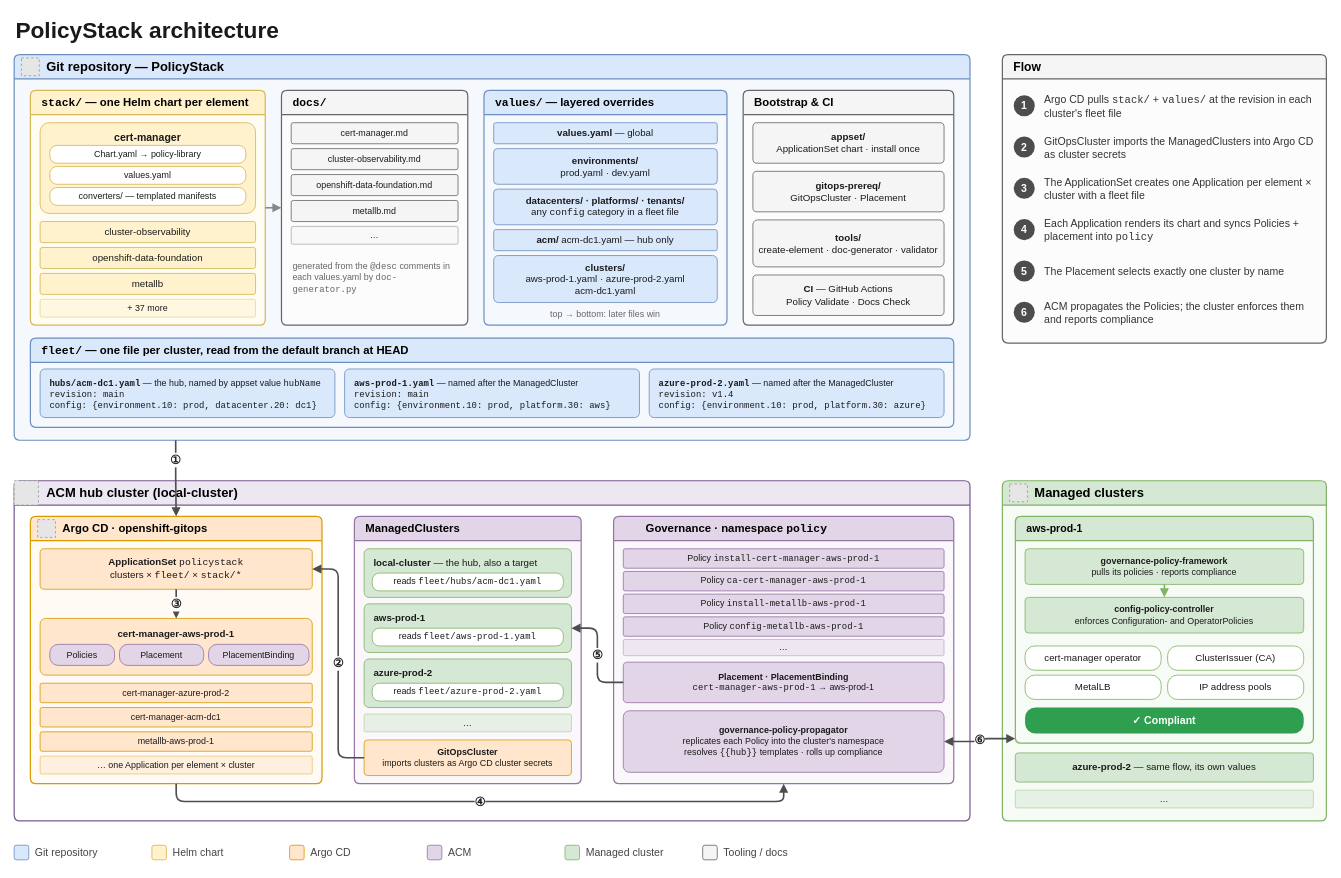
Before: diagrams/architecture.drawio in asamoorerh/PolicyStack-testing, a draw.io diagram. Source tidied: cells renumbered, new cells numbered last; positions are measured from the earlier drawing's top-left corner, leaving out a move shared by most shapes. Both pictures are drawn from the tidied source at 81%, with x=0, y=0 at pixel (14, 14). Pictures stored in the file or linked from it are replaced by grey dashed boxes.
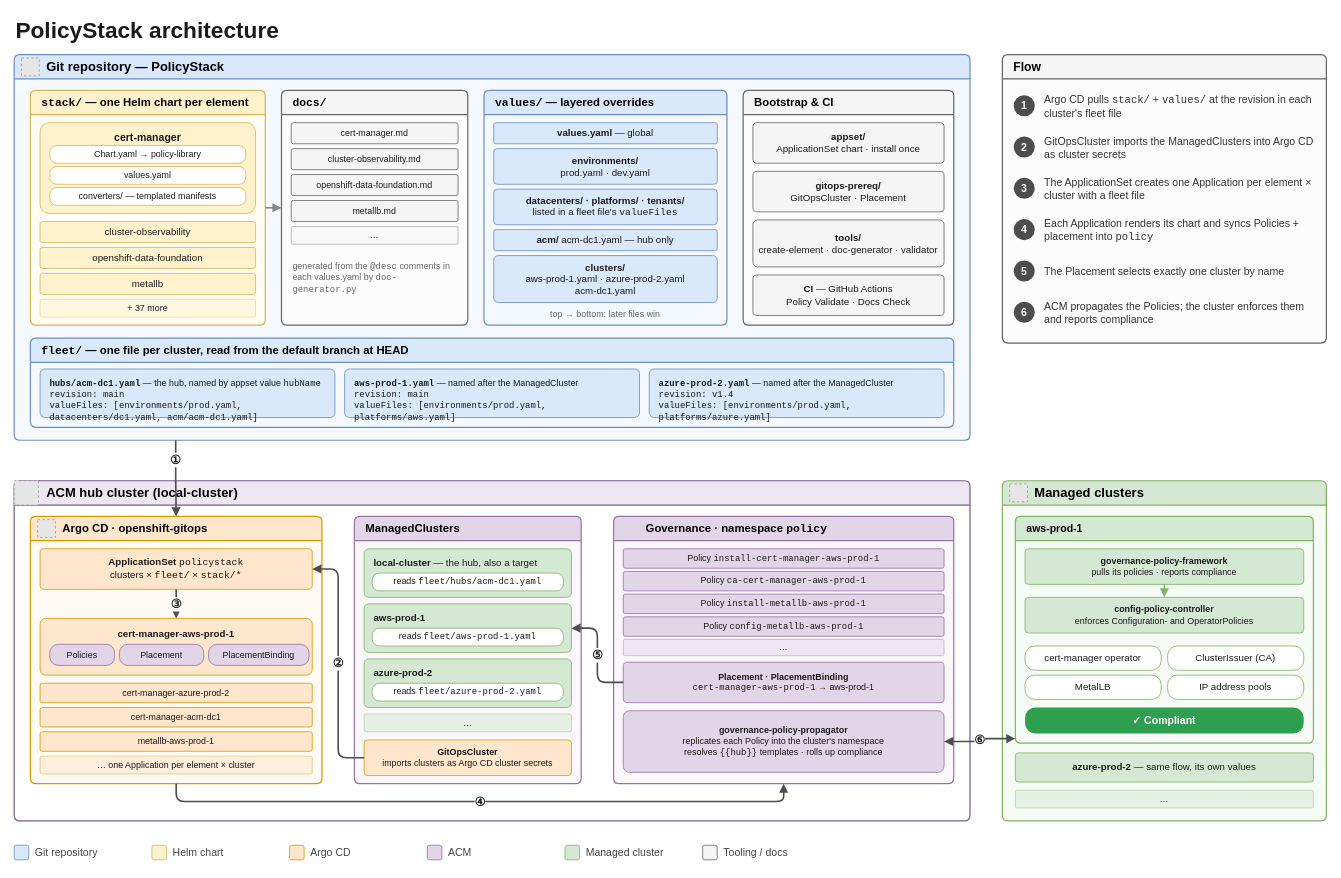
The same diagram, later.

The change refers to these unchanged cells:
```xml
<mxCell id="21" value="&lt;font face=&quot;Courier New&quot;&gt;values/&lt;/font&gt; — layered overrides" style="swimlane;html=1;whiteSpace=wrap;startSize=30;fillColor=#dae8fc;strokeColor=#6c8ebf;swimlaneFillColor=#f5f9fe;fontStyle=1;fontSize=14;rounded=1;absoluteArcSize=1;arcSize=14;strokeWidth=1.5;align=left;spacingLeft=12;" parent="3" vertex="1">
  <mxGeometry x="580" y="44" width="300" height="290" as="geometry" />
</mxCell>
<mxCell id="33" value="&lt;font face=&quot;Courier New&quot;&gt;fleet/&lt;/font&gt; — one file per cluster, read from the default branch at HEAD" style="swimlane;html=1;whiteSpace=wrap;startSize=30;fillColor=#dae8fc;strokeColor=#6c8ebf;swimlaneFillColor=#f5f9fe;fontStyle=1;fontSize=14;rounded=1;absoluteArcSize=1;arcSize=14;strokeWidth=1.5;align=left;spacingLeft=12;" parent="3" vertex="1">
  <mxGeometry x="20" y="350" width="1140" height="110" as="geometry" />
</mxCell>
```

Change to the diagram source:
```diff
@@
-    <mxCell id="24" value="&lt;b&gt;datacenters/ · platforms/ · tenants/&lt;/b&gt;&lt;br&gt;any &lt;font face=&quot;Courier New&quot;&gt;config&lt;/font&gt; category in a fleet file" style="html=1;whiteSpace=wrap;fontSize=12;rounded=1;arcSize=10;fillColor=#dae8fc;strokeColor=#6c8ebf;fontColor=#1a1a1a;align=center;verticalAlign=middle;spacingLeft=6;spacingRight=6;" parent="21" vertex="1">
+    <mxCell id="24" value="&lt;b&gt;datacenters/ · platforms/ · tenants/&lt;/b&gt;&lt;br&gt;listed in a fleet file's &lt;font face=&quot;Courier New&quot;&gt;valueFiles&lt;/font&gt;" style="html=1;whiteSpace=wrap;fontSize=12;rounded=1;arcSize=10;fillColor=#dae8fc;strokeColor=#6c8ebf;fontColor=#1a1a1a;align=center;verticalAlign=middle;spacingLeft=6;spacingRight=6;" parent="21" vertex="1">
       <mxGeometry x="12" y="122" width="276" height="44" as="geometry" />
     </mxCell>
@@
-    <mxCell id="34" value="&lt;b&gt;&lt;font face=&quot;Courier New&quot;&gt;hubs/acm-dc1.yaml&lt;/font&gt;&lt;/b&gt; — the hub, named by appset value &lt;font face=&quot;Courier New&quot;&gt;hubName&lt;/font&gt;&lt;br&gt;&lt;font face=&quot;Courier New&quot;&gt;revision: main&lt;br&gt;config: {environment.10: prod, datacenter.20: dc1}&lt;/font&gt;" style="html=1;whiteSpace=wrap;fontSize=11;rounded=1;arcSize=10;fillColor=#dae8fc;strokeColor=#6c8ebf;fontColor=#1a1a1a;align=left;verticalAlign=top;spacingLeft=10;spacingRight=6;spacingTop=4;" parent="33" vertex="1">
+    <mxCell id="34" value="&lt;b&gt;&lt;font face=&quot;Courier New&quot;&gt;hubs/acm-dc1.yaml&lt;/font&gt;&lt;/b&gt; — the hub, named by appset value &lt;font face=&quot;Courier New&quot;&gt;hubName&lt;/font&gt;&lt;br&gt;&lt;font face=&quot;Courier New&quot;&gt;revision: main&lt;br&gt;valueFiles: [environments/prod.yaml, datacenters/dc1.yaml, acm/acm-dc1.yaml]&lt;/font&gt;" style="html=1;whiteSpace=wrap;fontSize=11;rounded=1;arcSize=10;fillColor=#dae8fc;strokeColor=#6c8ebf;fontColor=#1a1a1a;align=left;verticalAlign=top;spacingLeft=10;spacingRight=6;spacingTop=4;" parent="33" vertex="1">
       <mxGeometry x="12" y="38" width="364" height="60" as="geometry" />
     </mxCell>
-    <mxCell id="35" value="&lt;b&gt;&lt;font face=&quot;Courier New&quot;&gt;aws-prod-1.yaml&lt;/font&gt;&lt;/b&gt; — named after the ManagedCluster&lt;br&gt;&lt;font face=&quot;Courier New&quot;&gt;revision: main&lt;br&gt;config: {environment.10: prod, platform.30: aws}&lt;/font&gt;" style="html=1;whiteSpace=wrap;fontSize=11;rounded=1;arcSize=10;fillColor=#dae8fc;strokeColor=#6c8ebf;fontColor=#1a1a1a;align=left;verticalAlign=top;spacingLeft=10;spacingRight=6;spacingTop=4;" parent="33" vertex="1">
+    <mxCell id="35" value="&lt;b&gt;&lt;font face=&quot;Courier New&quot;&gt;aws-prod-1.yaml&lt;/font&gt;&lt;/b&gt; — named after the ManagedCluster&lt;br&gt;&lt;font face=&quot;Courier New&quot;&gt;revision: main&lt;br&gt;valueFiles: [environments/prod.yaml, platforms/aws.yaml]&lt;/font&gt;" style="html=1;whiteSpace=wrap;fontSize=11;rounded=1;arcSize=10;fillColor=#dae8fc;strokeColor=#6c8ebf;fontColor=#1a1a1a;align=left;verticalAlign=top;spacingLeft=10;spacingRight=6;spacingTop=4;" parent="33" vertex="1">
       <mxGeometry x="388" y="38" width="364" height="60" as="geometry" />
     </mxCell>
-    <mxCell id="36" value="&lt;b&gt;&lt;font face=&quot;Courier New&quot;&gt;azure-prod-2.yaml&lt;/font&gt;&lt;/b&gt; — named after the ManagedCluster&lt;br&gt;&lt;font face=&quot;Courier New&quot;&gt;revision: v1.4&lt;br&gt;config: {environment.10: prod, platform.30: azure}&lt;/font&gt;" style="html=1;whiteSpace=wrap;fontSize=11;rounded=1;arcSize=10;fillColor=#dae8fc;strokeColor=#6c8ebf;fontColor=#1a1a1a;align=left;verticalAlign=top;spacingLeft=10;spacingRight=6;spacingTop=4;" parent="33" vertex="1">
+    <mxCell id="36" value="&lt;b&gt;&lt;font face=&quot;Courier New&quot;&gt;azure-prod-2.yaml&lt;/font&gt;&lt;/b&gt; — named after the ManagedCluster&lt;br&gt;&lt;font face=&quot;Courier New&quot;&gt;revision: v1.4&lt;br&gt;valueFiles: [environments/prod.yaml, platforms/azure.yaml]&lt;/font&gt;" style="html=1;whiteSpace=wrap;fontSize=11;rounded=1;arcSize=10;fillColor=#dae8fc;strokeColor=#6c8ebf;fontColor=#1a1a1a;align=left;verticalAlign=top;spacingLeft=10;spacingRight=6;spacingTop=4;" parent="33" vertex="1">
       <mxGeometry x="764" y="38" width="364" height="60" as="geometry" />
     </mxCell>
```
